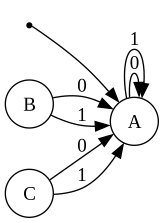
Earlier version of the Graphviz export webapp/webapp/static/dfa.gv.png (Daniels1610/DFA-to-CFG). Its source is kept beside it as webapp/webapp/static/dfa.gv.
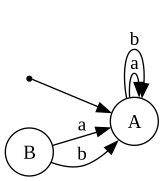
After the commit.

Diff of the diagram source:
```diff
@@ -6,11 +6,8 @@
 	qi -> A
 	A
 	B
-	C
-	A -> A [label=0]
-	A -> A [label=1]
-	B -> A [label=0]
-	B -> A [label=1]
-	C -> A [label=0]
-	C -> A [label=1]
+	A -> A [label=a]
+	A -> A [label=b]
+	B -> A [label=a]
+	B -> A [label=b]
 }
```
